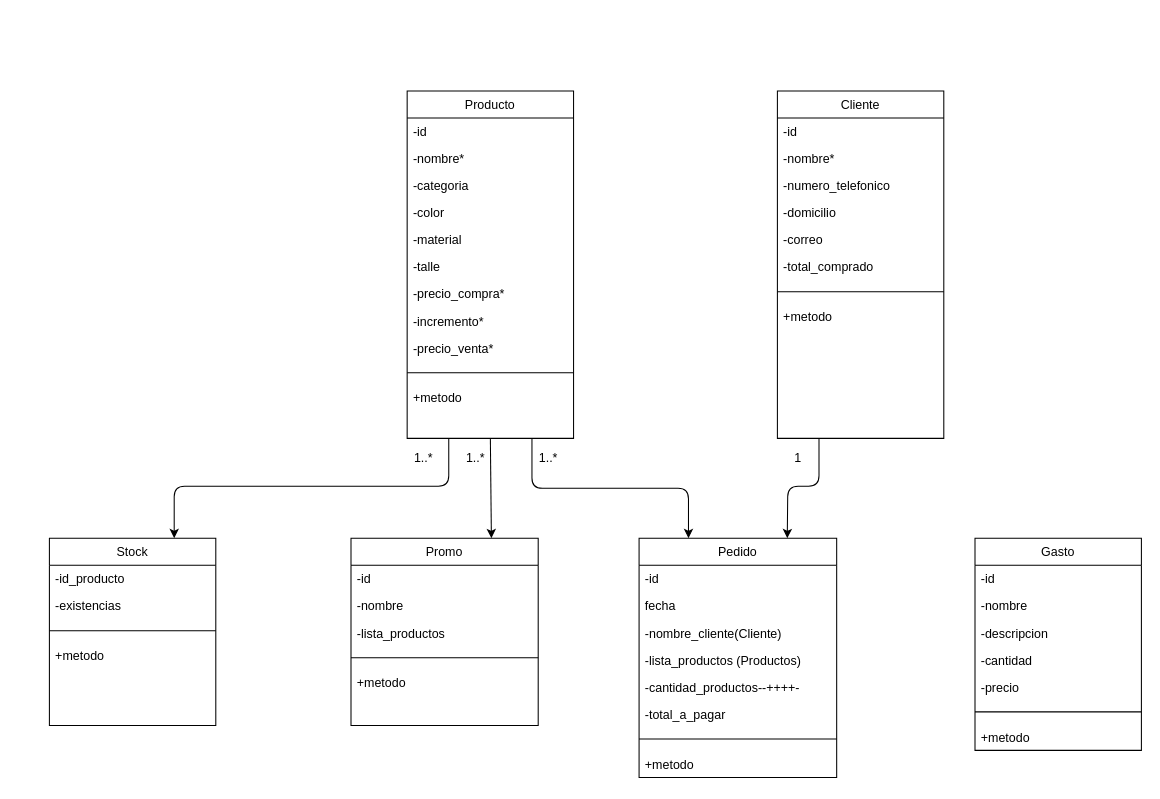
Before: Modelos-elCanario.drawio in DarthKenar/ElCanarioRegionales, a draw.io diagram. Source tidied: cells renumbered, new cells numbered last; positions are measured from the earlier drawing's top-left corner, leaving out a move shared by most shapes. Both pictures are drawn from the tidied source at 104%, with x=0, y=0 at pixel (49, 90).
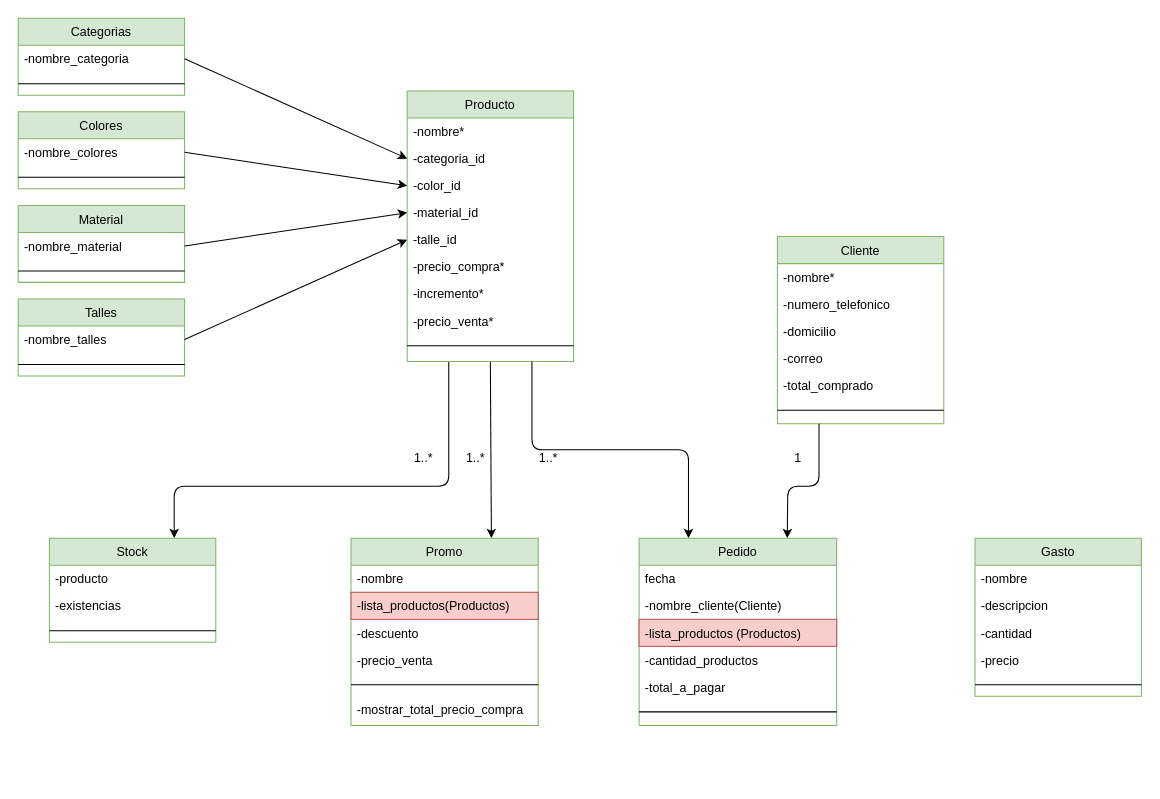
Above is the later version.

Change to the diagram source:
```diff
@@
-    <mxCell id="4" value="Producto" style="swimlane;fontStyle=0;align=center;verticalAlign=top;horizontal=1;startSize=26;rounded=0;shadow=0;strokeWidth=1;" parent="1" vertex="1">
-      <mxGeometry x="344" width="160" height="334" as="geometry" />
+    <mxCell id="4" value="Producto" style="swimlane;fontStyle=0;align=center;verticalAlign=top;horizontal=1;startSize=26;rounded=0;shadow=0;strokeWidth=1;fillColor=#d5e8d4;strokeColor=#82b366;" parent="1" vertex="1">
+      <mxGeometry x="344" width="160" height="260" as="geometry" />
     </mxCell>
-    <mxCell id="5" value="-id" style="text;align=left;verticalAlign=top;spacingLeft=4;spacingRight=4;overflow=hidden;" parent="4" vertex="1">
-      <mxGeometry y="26" width="160" height="26" as="geometry" />
-    </mxCell>
-    <mxCell id="6" value="-nombre*&#10;" style="text;align=left;verticalAlign=top;spacingLeft=4;spacingRight=4;overflow=hidden;" parent="4" vertex="1">
-      <mxGeometry y="52" width="160" height="26" as="geometry" />
+    <mxCell id="6" value="-nombre*" style="text;align=left;verticalAlign=top;spacingLeft=4;spacingRight=4;overflow=hidden;" parent="4" vertex="1">
+      <mxGeometry y="26" width="160" height="26" as="geometry" />
     </mxCell>
-    <mxCell id="7" value="-categoria" style="text;align=left;verticalAlign=top;spacingLeft=4;spacingRight=4;overflow=hidden;points=[[0,0.5],[1,0.5]];portConstraint=eastwest;rounded=0;shadow=0;html=0;" parent="4" vertex="1">
-      <mxGeometry y="78" width="160" height="26" as="geometry" />
+    <mxCell id="7" value="-categoria_id" style="text;align=left;verticalAlign=top;spacingLeft=4;spacingRight=4;overflow=hidden;points=[[0,0.5],[1,0.5]];portConstraint=eastwest;rounded=0;shadow=0;html=0;" parent="4" vertex="1">
+      <mxGeometry y="52" width="160" height="26" as="geometry" />
     </mxCell>
-    <mxCell id="8" value="-color" style="text;align=left;verticalAlign=top;spacingLeft=4;spacingRight=4;overflow=hidden;points=[[0,0.5],[1,0.5]];portConstraint=eastwest;rounded=0;shadow=0;html=0;" parent="4" vertex="1">
-      <mxGeometry y="104" width="160" height="26" as="geometry" />
+    <mxCell id="8" value="-color_id" style="text;align=left;verticalAlign=top;spacingLeft=4;spacingRight=4;overflow=hidden;points=[[0,0.5],[1,0.5]];portConstraint=eastwest;rounded=0;shadow=0;html=0;" parent="4" vertex="1">
+      <mxGeometry y="78" width="160" height="26" as="geometry" />
     </mxCell>
-    <mxCell id="9" value="-material" style="text;align=left;verticalAlign=top;spacingLeft=4;spacingRight=4;overflow=hidden;points=[[0,0.5],[1,0.5]];portConstraint=eastwest;rounded=0;shadow=0;html=0;" parent="4" vertex="1">
-      <mxGeometry y="130" width="160" height="26" as="geometry" />
+    <mxCell id="9" value="-material_id" style="text;align=left;verticalAlign=top;spacingLeft=4;spacingRight=4;overflow=hidden;points=[[0,0.5],[1,0.5]];portConstraint=eastwest;rounded=0;shadow=0;html=0;" parent="4" vertex="1">
+      <mxGeometry y="104" width="160" height="26" as="geometry" />
     </mxCell>
-    <mxCell id="10" value="-talle" style="text;align=left;verticalAlign=top;spacingLeft=4;spacingRight=4;overflow=hidden;points=[[0,0.5],[1,0.5]];portConstraint=eastwest;rounded=0;shadow=0;html=0;" parent="4" vertex="1">
-      <mxGeometry y="156" width="160" height="26" as="geometry" />
+    <mxCell id="10" value="-talle_id" style="text;align=left;verticalAlign=top;spacingLeft=4;spacingRight=4;overflow=hidden;points=[[0,0.5],[1,0.5]];portConstraint=eastwest;rounded=0;shadow=0;html=0;" parent="4" vertex="1">
+      <mxGeometry y="130" width="160" height="26" as="geometry" />
     </mxCell>
     <mxCell id="11" value="-precio_compra*" style="text;align=left;verticalAlign=top;spacingLeft=4;spacingRight=4;overflow=hidden;rounded=0;shadow=0;html=0;" parent="4" vertex="1">
-      <mxGeometry y="182" width="160" height="26" as="geometry" />
+      <mxGeometry y="156" width="160" height="26" as="geometry" />
     </mxCell>
     <mxCell id="12" value="-incremento*" style="text;align=left;verticalAlign=top;spacingLeft=4;spacingRight=4;overflow=hidden;rounded=0;shadow=0;html=0;" parent="4" vertex="1">
-      <mxGeometry y="208" width="160" height="26" as="geometry" />
+      <mxGeometry y="182" width="160" height="26" as="geometry" />
     </mxCell>
     <mxCell id="13" value="-precio_venta*" style="text;align=left;verticalAlign=top;spacingLeft=4;spacingRight=4;overflow=hidden;rounded=0;shadow=0;html=0;" parent="4" vertex="1">
-      <mxGeometry y="234" width="160" height="26" as="geometry" />
+      <mxGeometry y="208" width="160" height="26" as="geometry" />
     </mxCell>
     <mxCell id="14" style="line;html=1;strokeWidth=1;align=left;verticalAlign=middle;spacingTop=-1;spacingLeft=3;spacingRight=3;labelPosition=right;" parent="4" vertex="1">
-      <mxGeometry y="260" width="160" height="22" as="geometry" />
+      <mxGeometry y="234" width="160" height="22" as="geometry" />
     </mxCell>
-    <mxCell id="15" value="+metodo" style="text;align=left;verticalAlign=top;spacingLeft=4;spacingRight=4;overflow=hidden;rounded=0;shadow=0;html=0;" parent="4" vertex="1">
-      <mxGeometry y="282" width="160" height="26" as="geometry" />
-    </mxCell>
-    <mxCell id="16" value="Promo" style="swimlane;fontStyle=0;align=center;verticalAlign=top;horizontal=1;startSize=26;rounded=0;shadow=0;strokeWidth=1;" parent="1" vertex="1">
+    <mxCell id="16" value="Promo" style="swimlane;fontStyle=0;align=center;verticalAlign=top;horizontal=1;startSize=26;rounded=0;shadow=0;strokeWidth=1;fillColor=#d5e8d4;strokeColor=#82b366;" parent="1" vertex="1">
       <mxGeometry x="290" y="430" width="180" height="180" as="geometry" />
     </mxCell>
-    <mxCell id="17" value="-id" style="text;align=left;verticalAlign=top;spacingLeft=4;spacingRight=4;overflow=hidden;" parent="16" vertex="1">
-      <mxGeometry y="26" width="180" height="26" as="geometry" />
-    </mxCell>
     <mxCell id="18" value="-nombre" style="text;align=left;verticalAlign=top;spacingLeft=4;spacingRight=4;overflow=hidden;" parent="16" vertex="1">
-      <mxGeometry y="52" width="180" height="26" as="geometry" />
+      <mxGeometry y="26" width="180" height="26" as="geometry" />
     </mxCell>
-    <mxCell id="19" value="-lista_productos" style="text;align=left;verticalAlign=top;spacingLeft=4;spacingRight=4;overflow=hidden;" parent="16" vertex="1">
-      <mxGeometry y="78" width="180" height="26" as="geometry" />
+    <mxCell id="19" value="-lista_productos(Productos)" style="text;align=left;verticalAlign=top;spacingLeft=4;spacingRight=4;overflow=hidden;fillColor=#f8cecc;strokeColor=#b85450;" parent="16" vertex="1">
+      <mxGeometry y="52" width="180" height="26" as="geometry" />
     </mxCell>
+    <mxCell id="59" value="-descuento" style="text;align=left;verticalAlign=top;spacingLeft=4;spacingRight=4;overflow=hidden;" parent="16" vertex="1">
+      <mxGeometry y="78" width="180" height="26" as="geometry" />
+    </mxCell>
+    <mxCell id="60" value="-precio_venta" style="text;align=left;verticalAlign=top;spacingLeft=4;spacingRight=4;overflow=hidden;" parent="16" vertex="1">
+      <mxGeometry y="104" width="180" height="26" as="geometry" />
+    </mxCell>
     <mxCell id="20" style="line;html=1;strokeWidth=1;align=left;verticalAlign=middle;spacingTop=-1;spacingLeft=3;spacingRight=3;labelPosition=right;" parent="16" vertex="1">
-      <mxGeometry y="104" width="180" height="22" as="geometry" />
+      <mxGeometry y="130" width="180" height="22" as="geometry" />
     </mxCell>
-    <mxCell id="21" value="+metodo" style="text;align=left;verticalAlign=top;spacingLeft=4;spacingRight=4;overflow=hidden;rounded=0;shadow=0;html=0;" parent="16" vertex="1">
-      <mxGeometry y="126" width="180" height="26" as="geometry" />
-    </mxCell>
+    <mxCell id="61" value="-mostrar_total_precio_compra" style="text;align=left;verticalAlign=top;spacingLeft=4;spacingRight=4;overflow=hidden;" parent="16" vertex="1">
+      <mxGeometry y="152" width="180" height="26" as="geometry" />
+    </mxCell>
-    <mxCell id="22" value="Gasto" style="swimlane;fontStyle=0;align=center;verticalAlign=top;horizontal=1;startSize=26;rounded=0;shadow=0;strokeWidth=1;" parent="1" vertex="1">
-      <mxGeometry x="890" y="430" width="160" height="204" as="geometry" />
+    <mxCell id="22" value="Gasto" style="swimlane;fontStyle=0;align=center;verticalAlign=top;horizontal=1;startSize=26;rounded=0;shadow=0;strokeWidth=1;fillColor=#d5e8d4;strokeColor=#82b366;" parent="1" vertex="1">
+      <mxGeometry x="890" y="430" width="160" height="152" as="geometry" />
     </mxCell>
-    <mxCell id="23" value="-id" style="text;align=left;verticalAlign=top;spacingLeft=4;spacingRight=4;overflow=hidden;" parent="22" vertex="1">
-      <mxGeometry y="26" width="160" height="26" as="geometry" />
-    </mxCell>
     <mxCell id="24" value="-nombre" style="text;align=left;verticalAlign=top;spacingLeft=4;spacingRight=4;overflow=hidden;" parent="22" vertex="1">
-      <mxGeometry y="52" width="160" height="26" as="geometry" />
+      <mxGeometry y="26" width="160" height="26" as="geometry" />
     </mxCell>
     <mxCell id="25" value="-descripcion" style="text;align=left;verticalAlign=top;spacingLeft=4;spacingRight=4;overflow=hidden;rounded=0;shadow=0;html=0;" parent="22" vertex="1">
-      <mxGeometry y="78" width="160" height="26" as="geometry" />
+      <mxGeometry y="52" width="160" height="26" as="geometry" />
     </mxCell>
     <mxCell id="26" value="-cantidad" style="text;align=left;verticalAlign=top;spacingLeft=4;spacingRight=4;overflow=hidden;rounded=0;shadow=0;html=0;" parent="22" vertex="1">
-      <mxGeometry y="104" width="160" height="26" as="geometry" />
+      <mxGeometry y="78" width="160" height="26" as="geometry" />
     </mxCell>
     <mxCell id="27" value="-precio" style="text;align=left;verticalAlign=top;spacingLeft=4;spacingRight=4;overflow=hidden;rounded=0;shadow=0;html=0;" parent="22" vertex="1">
-      <mxGeometry y="130" width="160" height="26" as="geometry" />
+      <mxGeometry y="104" width="160" height="26" as="geometry" />
     </mxCell>
     <mxCell id="28" style="line;html=1;strokeWidth=1;align=left;verticalAlign=middle;spacingTop=-1;spacingLeft=3;spacingRight=3;labelPosition=right;" parent="22" vertex="1">
-      <mxGeometry y="156" width="160" height="22" as="geometry" />
+      <mxGeometry y="130" width="160" height="22" as="geometry" />
     </mxCell>
-    <mxCell id="29" value="+metodo" style="text;align=left;verticalAlign=top;spacingLeft=4;spacingRight=4;overflow=hidden;rounded=0;shadow=0;html=0;" parent="22" vertex="1">
-      <mxGeometry y="178" width="160" height="26" as="geometry" />
-    </mxCell>
-    <mxCell id="30" value="Cliente" style="swimlane;fontStyle=0;align=center;verticalAlign=top;horizontal=1;startSize=26;rounded=0;shadow=0;strokeWidth=1;" parent="1" vertex="1">
-      <mxGeometry x="700" width="160" height="334" as="geometry" />
+    <mxCell id="30" value="Cliente" style="swimlane;fontStyle=0;align=center;verticalAlign=top;horizontal=1;startSize=26;rounded=0;shadow=0;strokeWidth=1;fillColor=#d5e8d4;strokeColor=#82b366;" parent="1" vertex="1">
+      <mxGeometry x="700" y="140" width="160" height="180" as="geometry" />
     </mxCell>
-    <mxCell id="31" value="-id" style="text;align=left;verticalAlign=top;spacingLeft=4;spacingRight=4;overflow=hidden;" parent="30" vertex="1">
-      <mxGeometry y="26" width="160" height="26" as="geometry" />
-    </mxCell>
     <mxCell id="32" value="-nombre*&#10;" style="text;align=left;verticalAlign=top;spacingLeft=4;spacingRight=4;overflow=hidden;" parent="30" vertex="1">
-      <mxGeometry y="52" width="160" height="26" as="geometry" />
+      <mxGeometry y="26" width="160" height="26" as="geometry" />
     </mxCell>
     <mxCell id="33" value="-numero_telefonico" style="text;align=left;verticalAlign=top;spacingLeft=4;spacingRight=4;overflow=hidden;rounded=0;shadow=0;html=0;" parent="30" vertex="1">
-      <mxGeometry y="78" width="160" height="26" as="geometry" />
+      <mxGeometry y="52" width="160" height="26" as="geometry" />
     </mxCell>
     <mxCell id="34" value="-domicilio" style="text;align=left;verticalAlign=top;spacingLeft=4;spacingRight=4;overflow=hidden;rounded=0;shadow=0;html=0;" parent="30" vertex="1">
-      <mxGeometry y="104" width="160" height="26" as="geometry" />
+      <mxGeometry y="78" width="160" height="26" as="geometry" />
     </mxCell>
     <mxCell id="35" value="-correo" style="text;align=left;verticalAlign=top;spacingLeft=4;spacingRight=4;overflow=hidden;rounded=0;shadow=0;html=0;" parent="30" vertex="1">
-      <mxGeometry y="130" width="160" height="26" as="geometry" />
+      <mxGeometry y="104" width="160" height="26" as="geometry" />
     </mxCell>
     <mxCell id="36" value="-total_comprado" style="text;align=left;verticalAlign=top;spacingLeft=4;spacingRight=4;overflow=hidden;rounded=0;shadow=0;html=0;" parent="30" vertex="1">
-      <mxGeometry y="156" width="160" height="26" as="geometry" />
+      <mxGeometry y="130" width="160" height="26" as="geometry" />
     </mxCell>
     <mxCell id="37" style="line;html=1;strokeWidth=1;align=left;verticalAlign=middle;spacingTop=-1;spacingLeft=3;spacingRight=3;labelPosition=right;" parent="30" vertex="1">
-      <mxGeometry y="182" width="160" height="22" as="geometry" />
+      <mxGeometry y="156" width="160" height="22" as="geometry" />
     </mxCell>
-    <mxCell id="38" value="+metodo" style="text;align=left;verticalAlign=top;spacingLeft=4;spacingRight=4;overflow=hidden;rounded=0;shadow=0;html=0;" parent="30" vertex="1">
-      <mxGeometry y="204" width="160" height="26" as="geometry" />
-    </mxCell>
@@
-    <mxCell id="41" value="Pedido" style="swimlane;fontStyle=0;align=center;verticalAlign=top;horizontal=1;startSize=26;rounded=0;shadow=0;strokeWidth=1;" parent="1" vertex="1">
-      <mxGeometry x="567" y="430" width="190" height="230" as="geometry" />
+    <mxCell id="41" value="Pedido" style="swimlane;fontStyle=0;align=center;verticalAlign=top;horizontal=1;startSize=26;rounded=0;shadow=0;strokeWidth=1;fillColor=#d5e8d4;strokeColor=#82b366;" parent="1" vertex="1">
+      <mxGeometry x="567" y="430" width="190" height="180" as="geometry" />
     </mxCell>
-    <mxCell id="42" value="-id" style="text;align=left;verticalAlign=top;spacingLeft=4;spacingRight=4;overflow=hidden;" parent="41" vertex="1">
-      <mxGeometry y="26" width="190" height="26" as="geometry" />
-    </mxCell>
     <mxCell id="43" value="fecha" style="text;align=left;verticalAlign=top;spacingLeft=4;spacingRight=4;overflow=hidden;" parent="41" vertex="1">
-      <mxGeometry y="52" width="190" height="26" as="geometry" />
+      <mxGeometry y="26" width="190" height="26" as="geometry" />
     </mxCell>
     <mxCell id="44" value="-nombre_cliente(Cliente)" style="text;align=left;verticalAlign=top;spacingLeft=4;spacingRight=4;overflow=hidden;rounded=0;shadow=0;html=0;" parent="41" vertex="1">
-      <mxGeometry y="78" width="190" height="26" as="geometry" />
+      <mxGeometry y="52" width="190" height="26" as="geometry" />
     </mxCell>
-    <mxCell id="45" value="-lista_productos (Productos)" style="text;align=left;verticalAlign=top;spacingLeft=4;spacingRight=4;overflow=hidden;rounded=0;shadow=0;html=0;" parent="41" vertex="1">
-      <mxGeometry y="104" width="190" height="26" as="geometry" />
+    <mxCell id="45" value="-lista_productos (Productos)" style="text;align=left;verticalAlign=top;spacingLeft=4;spacingRight=4;overflow=hidden;rounded=0;shadow=0;html=0;fillColor=#f8cecc;strokeColor=#b85450;" parent="41" vertex="1">
+      <mxGeometry y="78" width="190" height="26" as="geometry" />
     </mxCell>
-    <mxCell id="46" value="-cantidad_productos--++++-" style="text;align=left;verticalAlign=top;spacingLeft=4;spacingRight=4;overflow=hidden;rounded=0;shadow=0;html=0;" parent="41" vertex="1">
-      <mxGeometry y="130" width="190" height="26" as="geometry" />
+    <mxCell id="46" value="-cantidad_productos" style="text;align=left;verticalAlign=top;spacingLeft=4;spacingRight=4;overflow=hidden;rounded=0;shadow=0;html=0;" parent="41" vertex="1">
+      <mxGeometry y="104" width="190" height="26" as="geometry" />
     </mxCell>
     <mxCell id="47" value="-total_a_pagar" style="text;align=left;verticalAlign=top;spacingLeft=4;spacingRight=4;overflow=hidden;rounded=0;shadow=0;html=0;" parent="41" vertex="1">
-      <mxGeometry y="156" width="190" height="26" as="geometry" />
+      <mxGeometry y="130" width="190" height="26" as="geometry" />
     </mxCell>
     <mxCell id="48" style="line;html=1;strokeWidth=1;align=left;verticalAlign=middle;spacingTop=-1;spacingLeft=3;spacingRight=3;labelPosition=right;" parent="41" vertex="1">
-      <mxGeometry y="182" width="190" height="22" as="geometry" />
+      <mxGeometry y="156" width="190" height="22" as="geometry" />
     </mxCell>
-    <mxCell id="49" value="+metodo" style="text;align=left;verticalAlign=top;spacingLeft=4;spacingRight=4;overflow=hidden;rounded=0;shadow=0;html=0;" parent="41" vertex="1">
-      <mxGeometry y="204" width="190" height="26" as="geometry" />
-    </mxCell>
@@
-    <mxCell id="53" value="Stock" style="swimlane;fontStyle=0;align=center;verticalAlign=top;horizontal=1;startSize=26;rounded=0;shadow=0;strokeWidth=1;" parent="1" vertex="1">
-      <mxGeometry y="430" width="160" height="180" as="geometry" />
+    <mxCell id="53" value="Stock" style="swimlane;fontStyle=0;align=center;verticalAlign=top;horizontal=1;startSize=26;rounded=0;shadow=0;strokeWidth=1;fillColor=#d5e8d4;strokeColor=#82b366;" parent="1" vertex="1">
+      <mxGeometry y="430" width="160" height="100" as="geometry" />
     </mxCell>
-    <mxCell id="54" value="-id_producto" style="text;align=left;verticalAlign=top;spacingLeft=4;spacingRight=4;overflow=hidden;rounded=0;shadow=0;html=0;" parent="53" vertex="1">
+    <mxCell id="54" value="-producto" style="text;align=left;verticalAlign=top;spacingLeft=4;spacingRight=4;overflow=hidden;rounded=0;shadow=0;html=0;" parent="53" vertex="1">
       <mxGeometry y="26" width="160" height="26" as="geometry" />
     </mxCell>
@@
-    <mxCell id="57" value="+metodo" style="text;align=left;verticalAlign=top;spacingLeft=4;spacingRight=4;overflow=hidden;rounded=0;shadow=0;html=0;" parent="53" vertex="1">
-      <mxGeometry y="100" width="160" height="26" as="geometry" />
-    </mxCell>
@@
+    <mxCell id="62" value="Colores" style="swimlane;fontStyle=0;align=center;verticalAlign=top;horizontal=1;startSize=26;rounded=0;shadow=0;strokeWidth=1;fillColor=#d5e8d4;strokeColor=#82b366;" parent="1" vertex="1">
+      <mxGeometry x="-30" y="20" width="160" height="74" as="geometry" />
+    </mxCell>
+    <mxCell id="63" value="-nombre_colores" style="text;align=left;verticalAlign=top;spacingLeft=4;spacingRight=4;overflow=hidden;points=[[0,0.5],[1,0.5]];portConstraint=eastwest;rounded=0;shadow=0;html=0;" parent="62" vertex="1">
+      <mxGeometry y="26" width="160" height="26" as="geometry" />
+    </mxCell>
+    <mxCell id="64" style="line;html=1;strokeWidth=1;align=left;verticalAlign=middle;spacingTop=-1;spacingLeft=3;spacingRight=3;labelPosition=right;" parent="62" vertex="1">
+      <mxGeometry y="52" width="160" height="22" as="geometry" />
+    </mxCell>
+    <mxCell id="65" value="Material" style="swimlane;fontStyle=0;align=center;verticalAlign=top;horizontal=1;startSize=26;rounded=0;shadow=0;strokeWidth=1;fillColor=#d5e8d4;strokeColor=#82b366;" parent="1" vertex="1">
+      <mxGeometry x="-30" y="110" width="160" height="74" as="geometry" />
+    </mxCell>
+    <mxCell id="66" value="-nombre_material" style="text;align=left;verticalAlign=top;spacingLeft=4;spacingRight=4;overflow=hidden;points=[[0,0.5],[1,0.5]];portConstraint=eastwest;rounded=0;shadow=0;html=0;" parent="65" vertex="1">
+      <mxGeometry y="26" width="160" height="26" as="geometry" />
+    </mxCell>
+    <mxCell id="67" style="line;html=1;strokeWidth=1;align=left;verticalAlign=middle;spacingTop=-1;spacingLeft=3;spacingRight=3;labelPosition=right;" parent="65" vertex="1">
+      <mxGeometry y="52" width="160" height="22" as="geometry" />
+    </mxCell>
+    <mxCell id="68" value="Talles" style="swimlane;fontStyle=0;align=center;verticalAlign=top;horizontal=1;startSize=26;rounded=0;shadow=0;strokeWidth=1;fillColor=#d5e8d4;strokeColor=#82b366;" parent="1" vertex="1">
+      <mxGeometry x="-30" y="200" width="160" height="74" as="geometry" />
+    </mxCell>
+    <mxCell id="69" value="-nombre_talles" style="text;align=left;verticalAlign=top;spacingLeft=4;spacingRight=4;overflow=hidden;points=[[0,0.5],[1,0.5]];portConstraint=eastwest;rounded=0;shadow=0;html=0;" parent="68" vertex="1">
+      <mxGeometry y="26" width="160" height="26" as="geometry" />
+    </mxCell>
+    <mxCell id="70" style="line;html=1;strokeWidth=1;align=left;verticalAlign=middle;spacingTop=-1;spacingLeft=3;spacingRight=3;labelPosition=right;" parent="68" vertex="1">
+      <mxGeometry y="52" width="160" height="22" as="geometry" />
+    </mxCell>
+    <mxCell id="71" value="Categorias" style="swimlane;fontStyle=0;align=center;verticalAlign=top;horizontal=1;startSize=26;rounded=0;shadow=0;strokeWidth=1;fillColor=#d5e8d4;strokeColor=#82b366;" parent="1" vertex="1">
+      <mxGeometry x="-30" y="-70" width="160" height="74" as="geometry" />
+    </mxCell>
+    <mxCell id="72" value="-nombre_categoria" style="text;align=left;verticalAlign=top;spacingLeft=4;spacingRight=4;overflow=hidden;points=[[0,0.5],[1,0.5]];portConstraint=eastwest;rounded=0;shadow=0;html=0;" parent="71" vertex="1">
+      <mxGeometry y="26" width="160" height="26" as="geometry" />
+    </mxCell>
+    <mxCell id="73" style="line;html=1;strokeWidth=1;align=left;verticalAlign=middle;spacingTop=-1;spacingLeft=3;spacingRight=3;labelPosition=right;" parent="71" vertex="1">
+      <mxGeometry y="52" width="160" height="22" as="geometry" />
+    </mxCell>
+    <mxCell id="74" style="edgeStyle=none;html=1;exitX=1;exitY=0.5;exitDx=0;exitDy=0;entryX=0;entryY=0.5;entryDx=0;entryDy=0;" parent="1" edge="1" source="72" target="7">
+      <mxGeometry relative="1" as="geometry" />
+    </mxCell>
+    <mxCell id="75" style="edgeStyle=none;html=1;exitX=1;exitY=0.5;exitDx=0;exitDy=0;entryX=0;entryY=0.5;entryDx=0;entryDy=0;" parent="1" edge="1" source="63" target="8">
+      <mxGeometry relative="1" as="geometry" />
+    </mxCell>
+    <mxCell id="76" style="edgeStyle=none;html=1;exitX=1;exitY=0.5;exitDx=0;exitDy=0;entryX=0;entryY=0.5;entryDx=0;entryDy=0;" parent="1" edge="1" source="66" target="9">
+      <mxGeometry relative="1" as="geometry" />
+    </mxCell>
+    <mxCell id="77" style="edgeStyle=none;html=1;exitX=1;exitY=0.5;exitDx=0;exitDy=0;entryX=0;entryY=0.5;entryDx=0;entryDy=0;" parent="1" edge="1" source="69" target="10">
+      <mxGeometry relative="1" as="geometry" />
+    </mxCell>
```
